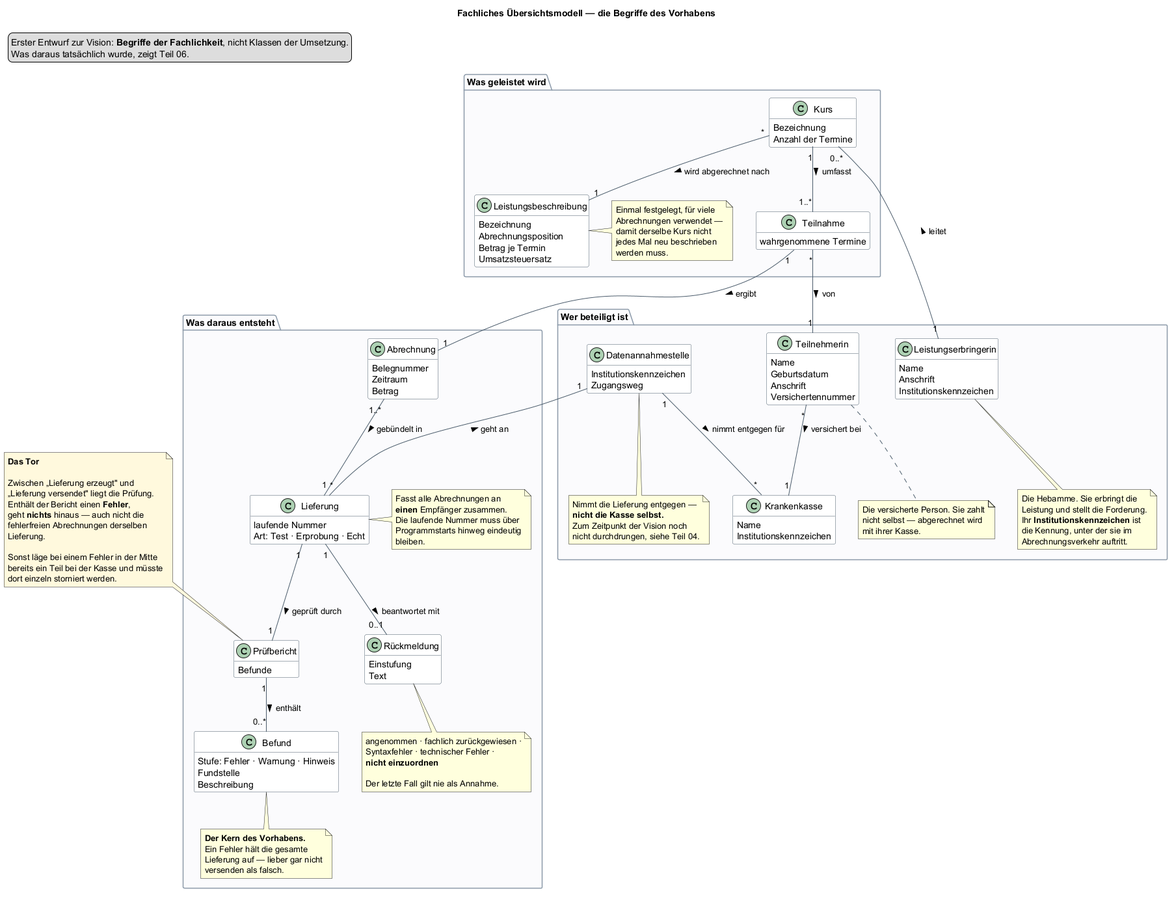
Earlier version of the PlantUML export GKVTransmitter/Information/GKVTransmitter_Vision_Fachmodell.png (Gulaschkanister/Health-insurance-claims). The source it was exported from:
```plantuml
@startuml GKVTransmitter_Vision_Fachmodell
hide empty members
skinparam shadowing false
skinparam ranksep 55
skinparam nodesep 35
skinparam class {
  BackgroundColor White
  BorderColor #4A5A6A
  ArrowColor #4A5A6A
}
skinparam package {
  BackgroundColor #FAFBFC
  BorderColor #8A99A8
}

title Fachliches Übersichtsmodell — die Begriffe des Vorhabens

legend top left
  Erster Entwurf zur Vision: **Begriffe der Fachlichkeit**, nicht Klassen der Umsetzung.
  Was daraus tatsächlich wurde, zeigt Teil 06.
endlegend

package "Wer beteiligt ist" {

  class Leistungserbringerin {
    Name
    Anschrift
    Institutionskennzeichen
  }
  note bottom
    Die Hebamme. Sie erbringt die
    Leistung und stellt die Forderung.
    Ihr **Institutionskennzeichen** ist
    die Kennung, unter der sie im
    Abrechnungsverkehr auftritt.
  end note

  class Teilnehmerin {
    Name
    Geburtsdatum
    Anschrift
    Versichertennummer
  }
  note bottom
    Die versicherte Person. Sie zahlt
    nicht selbst — abgerechnet wird
    mit ihrer Kasse.
  end note

  class Krankenkasse {
    Name
    Institutionskennzeichen
  }

  class Datenannahmestelle {
    Institutionskennzeichen
    Zugangsweg
  }
  note bottom
    Nimmt die Lieferung entgegen —
    **nicht die Kasse selbst.**
    Zum Zeitpunkt der Vision noch
    nicht durchdrungen, siehe Teil 04.
  end note
}

package "Was geleistet wird" {

  class Kurs {
    Bezeichnung
    Anzahl der Termine
  }

  class Leistungsbeschreibung {
    Bezeichnung
    Abrechnungsposition
    Betrag je Termin
    Umsatzsteuersatz
  }
  note right
    Einmal festgelegt, für viele
    Abrechnungen verwendet —
    damit derselbe Kurs nicht
    jedes Mal neu beschrieben
    werden muss.
  end note

  class Teilnahme {
    wahrgenommene Termine
  }
}

package "Was daraus entsteht" {

  class Abrechnung {
    Belegnummer
    Zeitraum
    Betrag
  }

  class Lieferung {
    laufende Nummer
    {field} Art: Test · Erprobung · Echt
  }
  note right
    Fasst alle Abrechnungen an
    **einen** Empfänger zusammen.
    Die laufende Nummer muss über
    Programmstarts hinweg eindeutig
    bleiben.
  end note

  class "Prüfbericht" as Pruefbericht {
    Befunde
  }

  class Befund {
    {field} Stufe: Fehler · Warnung · Hinweis
    Fundstelle
    Beschreibung
  }
  note bottom
    **Der Kern des Vorhabens.**
    Ein Fehler hält die gesamte
    Lieferung auf — lieber gar nicht
    versenden als falsch.
  end note

  class "Rückmeldung" as Rueckmeldung {
    Einstufung
    Text
  }
  note bottom
    angenommen · fachlich zurückgewiesen ·
    Syntaxfehler · technischer Fehler ·
    **nicht einzuordnen**

    Der letzte Fall gilt nie als Annahme.
  end note
}

Leistungserbringerin "1" -- "0..*" Kurs : leitet >
Kurs "1" -- "1..*" Teilnahme : umfasst >
Teilnahme "*" -- "1" Teilnehmerin : von >
Teilnehmerin "*" -- "1" Krankenkasse : versichert bei >
Kurs "*" -- "1" Leistungsbeschreibung : wird abgerechnet nach >

Teilnahme "1" -- "1" Abrechnung : ergibt >
Abrechnung "1..*" -- "1" Lieferung : gebündelt in >
Lieferung "*" -- "1" Datenannahmestelle : geht an >
Datenannahmestelle "1" -- "*" Krankenkasse : nimmt entgegen für >

Lieferung "1" -- "1" Pruefbericht : geprüft durch >
Pruefbericht "1" -- "0..*" Befund : enthält >
Lieferung "1" -- "0..1" Rueckmeldung : beantwortet mit >

note as tor #FFF8DC
  **Das Tor**

  Zwischen „Lieferung erzeugt" und
  „Lieferung versendet" liegt die Prüfung.
  Enthält der Bericht einen **Fehler**,
  geht **nichts** hinaus — auch nicht die
  fehlerfreien Abrechnungen derselben
  Lieferung.

  Sonst läge bei einem Fehler in der Mitte
  bereits ein Teil bei der Kasse und müsste
  dort einzeln storniert werden.
end note

tor .. Pruefbericht

@enduml
```
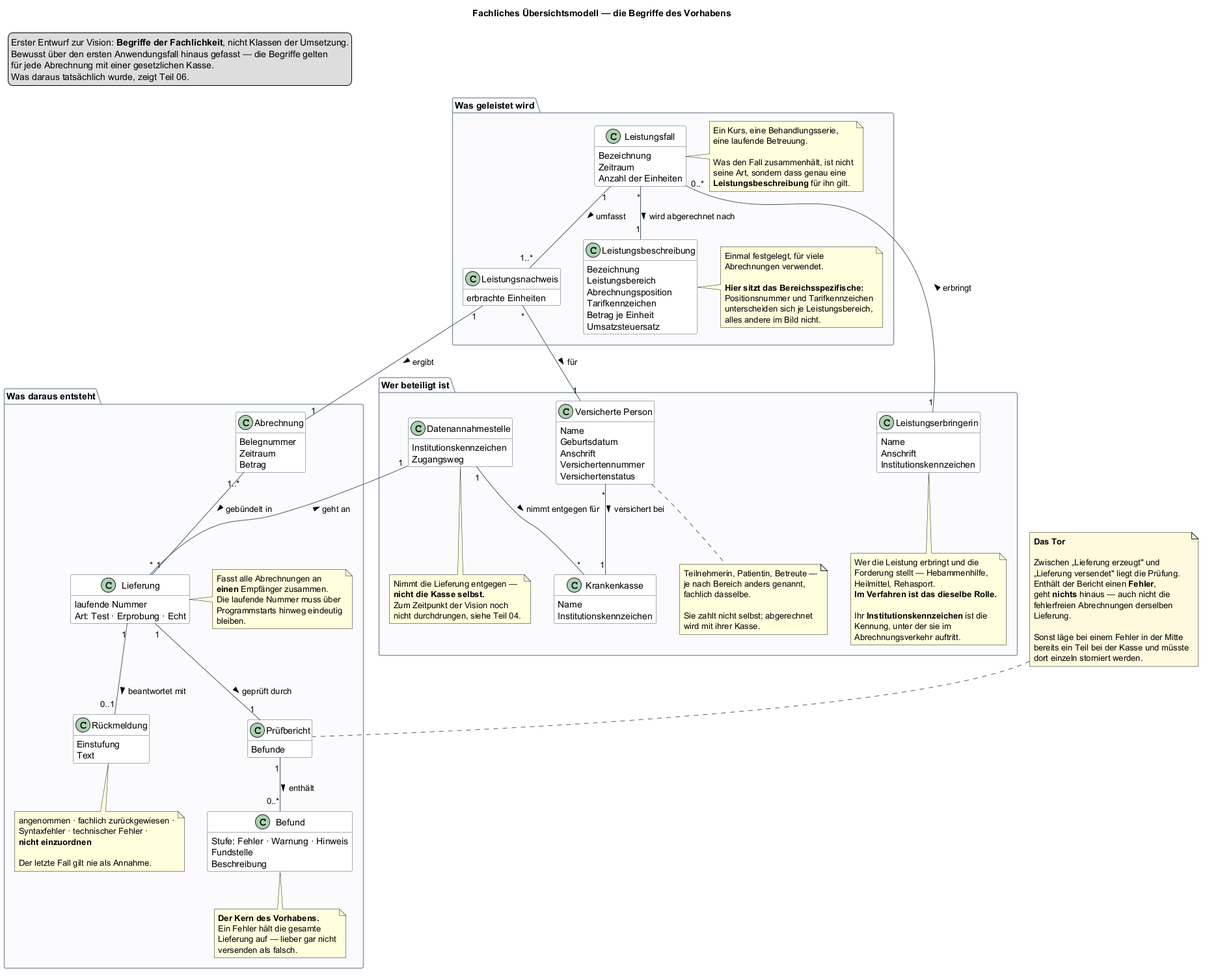
Above is the later version.

Commit message:
Teil 01: die Vision vom Kursbetrieb geloest

Diff of the diagram source:
```diff
@@ -17,6 +17,8 @@
 
 legend top left
   Erster Entwurf zur Vision: **Begriffe der Fachlichkeit**, nicht Klassen der Umsetzung.
+  Bewusst über den ersten Anwendungsfall hinaus gefasst — die Begriffe gelten
+  für jede Abrechnung mit einer gesetzlichen Kasse.
   Was daraus tatsächlich wurde, zeigt Teil 06.
 endlegend
 
@@ -28,23 +30,30 @@
     Institutionskennzeichen
   }
   note bottom
-    Die Hebamme. Sie erbringt die
-    Leistung und stellt die Forderung.
-    Ihr **Institutionskennzeichen** ist
-    die Kennung, unter der sie im
+    Wer die Leistung erbringt und die
+    Forderung stellt — Hebammenhilfe,
+    Heilmittel, Rehasport.
+    **Im Verfahren ist das dieselbe Rolle.**
+
+    Ihr **Institutionskennzeichen** ist die
+    Kennung, unter der sie im
     Abrechnungsverkehr auftritt.
   end note
 
-  class Teilnehmerin {
+  class "Versicherte Person" as VP {
     Name
     Geburtsdatum
     Anschrift
     Versichertennummer
+    Versichertenstatus
   }
   note bottom
-    Die versicherte Person. Sie zahlt
-    nicht selbst — abgerechnet wird
-    mit ihrer Kasse.
+    Teilnehmerin, Patientin, Betreute —
+    je nach Bereich anders genannt,
+    fachlich dasselbe.
+
+    Sie zahlt nicht selbst; abgerechnet
+    wird mit ihrer Kasse.
   end note
 
   class Krankenkasse {
@@ -66,27 +75,40 @@
 
 package "Was geleistet wird" {
 
-  class Kurs {
+  class Leistungsfall {
     Bezeichnung
-    Anzahl der Termine
+    Zeitraum
+    Anzahl der Einheiten
   }
+  note right
+    Ein Kurs, eine Behandlungsserie,
+    eine laufende Betreuung.
+
+    Was den Fall zusammenhält, ist nicht
+    seine Art, sondern dass genau eine
+    **Leistungsbeschreibung** für ihn gilt.
+  end note
 
   class Leistungsbeschreibung {
     Bezeichnung
+    Leistungsbereich
     Abrechnungsposition
-    Betrag je Termin
+    Tarifkennzeichen
+    Betrag je Einheit
     Umsatzsteuersatz
   }
   note right
     Einmal festgelegt, für viele
-    Abrechnungen verwendet —
-    damit derselbe Kurs nicht
-    jedes Mal neu beschrieben
-    werden muss.
+    Abrechnungen verwendet.
+
+    **Hier sitzt das Bereichsspezifische:**
+    Positionsnummer und Tarifkennzeichen
+    unterscheiden sich je Leistungsbereich,
+    alles andere im Bild nicht.
   end note
 
-  class Teilnahme {
-    wahrgenommene Termine
+  class Leistungsnachweis {
+    erbrachte Einheiten
   }
 }
 
@@ -139,13 +161,13 @@
   end note
 }
 
-Leistungserbringerin "1" -- "0..*" Kurs : leitet >
-Kurs "1" -- "1..*" Teilnahme : umfasst >
-Teilnahme "*" -- "1" Teilnehmerin : von >
-Teilnehmerin "*" -- "1" Krankenkasse : versichert bei >
-Kurs "*" -- "1" Leistungsbeschreibung : wird abgerechnet nach >
+Leistungserbringerin "1" -- "0..*" Leistungsfall : erbringt >
+Leistungsfall "1" -- "1..*" Leistungsnachweis : umfasst >
+Leistungsnachweis "*" -- "1" VP : für >
+VP "*" -- "1" Krankenkasse : versichert bei >
+Leistungsfall "*" -- "1" Leistungsbeschreibung : wird abgerechnet nach >
 
-Teilnahme "1" -- "1" Abrechnung : ergibt >
+Leistungsnachweis "1" -- "1" Abrechnung : ergibt >
 Abrechnung "1..*" -- "1" Lieferung : gebündelt in >
 Lieferung "*" -- "1" Datenannahmestelle : geht an >
 Datenannahmestelle "1" -- "*" Krankenkasse : nimmt entgegen für >
```
